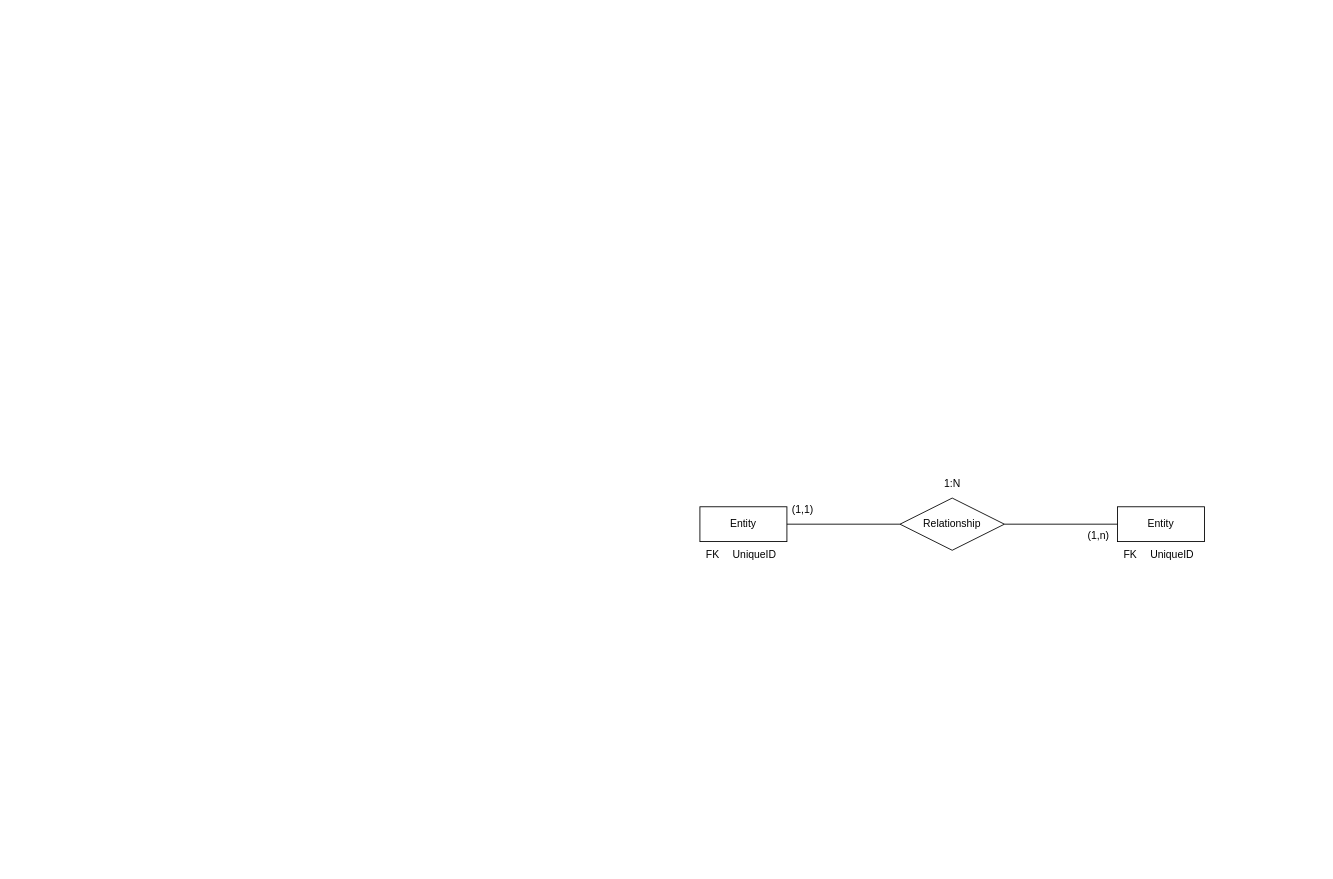
Above: Diagrama sin título.drawio in DanielGZamora/testing (draw.io), before the change. Source tidied: cells renumbered, new cells numbered last; positions are measured from the earlier drawing's top-left corner, leaving out a move shared by most shapes. Both pictures are drawn from the tidied source at 87%, with x=0, y=0 at pixel (699, 472).
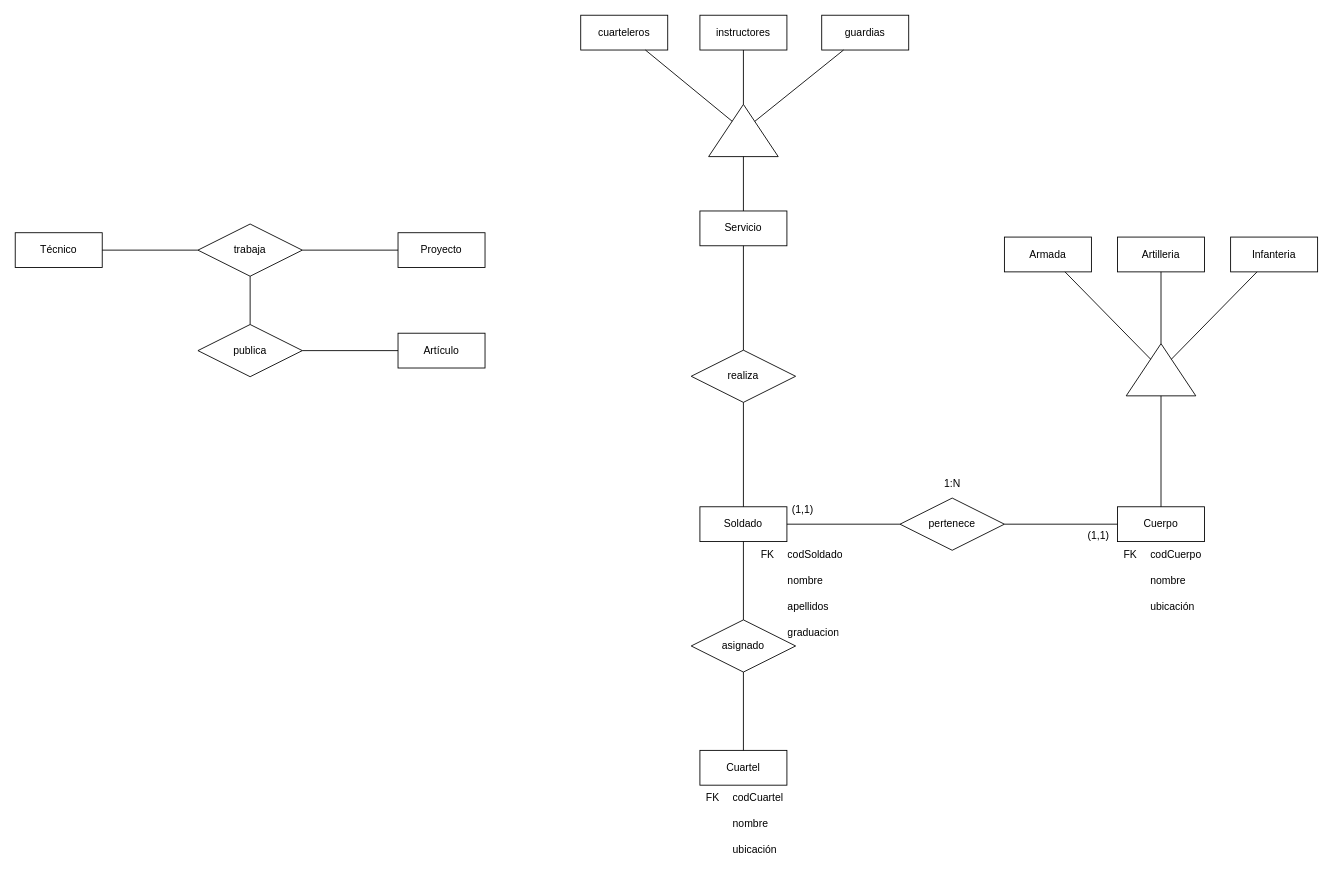
The same page after the edit.

Diff of the diagram source:
```diff
@@
-    <mxCell id="2" value="Entity" style="whiteSpace=wrap;html=1;align=center;" parent="1" vertex="1">
+    <mxCell id="2" value="Soldado" style="whiteSpace=wrap;html=1;align=center;" parent="1" vertex="1">
       <mxGeometry y="40" width="100" height="40" as="geometry" />
     </mxCell>
-    <mxCell id="3" value="Entity" style="whiteSpace=wrap;html=1;align=center;" parent="1" vertex="1">
+    <mxCell id="3" value="Cuerpo" style="whiteSpace=wrap;html=1;align=center;" parent="1" vertex="1">
       <mxGeometry x="480" y="40" width="100" height="40" as="geometry" />
     </mxCell>
-    <mxCell id="4" value="Relationship" style="shape=rhombus;perimeter=rhombusPerimeter;whiteSpace=wrap;html=1;align=center;" parent="1" vertex="1">
+    <mxCell id="4" value="pertenece" style="shape=rhombus;perimeter=rhombusPerimeter;whiteSpace=wrap;html=1;align=center;" parent="1" vertex="1">
       <mxGeometry x="230" y="30" width="120" height="60" as="geometry" />
     </mxCell>
@@
     <mxCell id="7" style="shape=table;startSize=0;childLayout=tableLayout;rowLines=0;fontStyle=0;align=center;strokeColor=none;fillColor=none;" parent="1" vertex="1">
-      <mxGeometry y="80" width="180" height="30" as="geometry" />
+      <mxGeometry x="63" y="80" width="114" height="120" as="geometry" />
     </mxCell>
     <mxCell id="8" style="shape=tableRow;horizontal=0;startSize=0;swimlaneHead=0;swimlaneBody=0;fillColor=none;top=0;left=0;right=0;bottom=0;" parent="7" vertex="1">
-      <mxGeometry width="180" height="30" as="geometry" />
+      <mxGeometry width="114" height="30" as="geometry" />
     </mxCell>
@@
-    <mxCell id="10" value="UniqueID" style="shape=partialRectangle;fillColor=none;top=0;left=0;bottom=0;right=0;align=left;spacingLeft=6;fontStyle=0;overflow=hidden;whiteSpace=wrap;html=1;" parent="8" vertex="1">
-      <mxGeometry x="30" width="150" height="30" as="geometry" />
+    <mxCell id="10" value="codSoldado" style="shape=partialRectangle;fillColor=none;top=0;left=0;bottom=0;right=0;align=left;spacingLeft=6;fontStyle=0;overflow=hidden;whiteSpace=wrap;html=1;" parent="8" vertex="1">
+      <mxGeometry x="30" width="84" height="30" as="geometry" />
     </mxCell>
-    <mxCell id="11" style="shape=table;startSize=0;childLayout=tableLayout;rowLines=0;fontStyle=0;align=center;strokeColor=none;fillColor=none;" parent="1" vertex="1">
-      <mxGeometry x="480" y="80" width="180" height="30" as="geometry" />
-    </mxCell>
-    <mxCell id="12" style="shape=tableRow;horizontal=0;startSize=0;swimlaneHead=0;swimlaneBody=0;fillColor=none;top=0;left=0;right=0;bottom=0;" parent="11" vertex="1">
-      <mxGeometry width="180" height="30" as="geometry" />
-    </mxCell>
-    <mxCell id="13" value="FK" style="shape=partialRectangle;fillColor=none;top=0;left=0;bottom=0;right=0;fontStyle=0;overflow=hidden;whiteSpace=wrap;html=1;" parent="12" vertex="1">
-      <mxGeometry width="30" height="30" as="geometry" />
-    </mxCell>
-    <mxCell id="14" value="UniqueID" style="shape=partialRectangle;fillColor=none;top=0;left=0;bottom=0;right=0;align=left;spacingLeft=6;fontStyle=0;overflow=hidden;whiteSpace=wrap;html=1;" parent="12" vertex="1">
-      <mxGeometry x="30" width="150" height="30" as="geometry" />
-    </mxCell>
+    <mxCell id="18" style="shape=tableRow;horizontal=0;startSize=0;swimlaneHead=0;swimlaneBody=0;fillColor=none;top=0;left=0;right=0;bottom=0;" parent="7" vertex="1">
+      <mxGeometry y="30" width="114" height="30" as="geometry" />
+    </mxCell>
+    <mxCell id="19" style="shape=partialRectangle;fillColor=none;top=0;left=0;bottom=0;right=0;fontStyle=0;overflow=hidden;whiteSpace=wrap;html=1;" parent="18" vertex="1">
+      <mxGeometry width="30" height="30" as="geometry" />
+    </mxCell>
+    <mxCell id="20" value="nombre" style="shape=partialRectangle;fillColor=none;top=0;left=0;bottom=0;right=0;align=left;spacingLeft=6;fontStyle=0;overflow=hidden;whiteSpace=wrap;html=1;" parent="18" vertex="1">
+      <mxGeometry x="30" width="84" height="30" as="geometry" />
+    </mxCell>
+    <mxCell id="21" style="shape=tableRow;horizontal=0;startSize=0;swimlaneHead=0;swimlaneBody=0;fillColor=none;top=0;left=0;right=0;bottom=0;" parent="7" vertex="1">
+      <mxGeometry y="60" width="114" height="30" as="geometry" />
+    </mxCell>
+    <mxCell id="22" style="shape=partialRectangle;fillColor=none;top=0;left=0;bottom=0;right=0;fontStyle=0;overflow=hidden;whiteSpace=wrap;html=1;" parent="21" vertex="1">
+      <mxGeometry width="30" height="30" as="geometry" />
+    </mxCell>
+    <mxCell id="23" value="apellidos" style="shape=partialRectangle;fillColor=none;top=0;left=0;bottom=0;right=0;align=left;spacingLeft=6;fontStyle=0;overflow=hidden;whiteSpace=wrap;html=1;" parent="21" vertex="1">
+      <mxGeometry x="30" width="84" height="30" as="geometry" />
+    </mxCell>
+    <mxCell id="24" style="shape=tableRow;horizontal=0;startSize=0;swimlaneHead=0;swimlaneBody=0;fillColor=none;top=0;left=0;right=0;bottom=0;" parent="7" vertex="1">
+      <mxGeometry y="90" width="114" height="30" as="geometry" />
+    </mxCell>
+    <mxCell id="25" style="shape=partialRectangle;fillColor=none;top=0;left=0;bottom=0;right=0;fontStyle=0;overflow=hidden;whiteSpace=wrap;html=1;" parent="24" vertex="1">
+      <mxGeometry width="30" height="30" as="geometry" />
+    </mxCell>
+    <mxCell id="26" value="graduacion" style="shape=partialRectangle;fillColor=none;top=0;left=0;bottom=0;right=0;align=left;spacingLeft=6;fontStyle=0;overflow=hidden;whiteSpace=wrap;html=1;" parent="24" vertex="1">
+      <mxGeometry x="30" width="84" height="30" as="geometry" />
+    </mxCell>
@@
-    <mxCell id="16" value="(1,n)" style="text;strokeColor=none;fillColor=none;spacingLeft=4;spacingRight=4;overflow=hidden;fontSize=12;whiteSpace=wrap;html=1;" parent="1" vertex="1">
+    <mxCell id="16" value="(1,1)" style="text;strokeColor=none;fillColor=none;spacingLeft=4;spacingRight=4;overflow=hidden;fontSize=12;whiteSpace=wrap;html=1;" parent="1" vertex="1">
       <mxGeometry x="440" y="60" width="40" height="30" as="geometry" />
     </mxCell>
@@
+    <mxCell id="27" value="Cuartel" style="whiteSpace=wrap;html=1;align=center;" parent="1" vertex="1">
+      <mxGeometry y="320" width="100" height="40" as="geometry" />
+    </mxCell>
+    <mxCell id="28" style="shape=table;startSize=0;childLayout=tableLayout;rowLines=0;fontStyle=0;align=center;strokeColor=none;fillColor=none;" parent="1" vertex="1">
+      <mxGeometry y="360" width="180" height="90" as="geometry" />
+    </mxCell>
+    <mxCell id="29" style="shape=tableRow;horizontal=0;startSize=0;swimlaneHead=0;swimlaneBody=0;fillColor=none;top=0;left=0;right=0;bottom=0;" parent="28" vertex="1">
+      <mxGeometry width="180" height="30" as="geometry" />
+    </mxCell>
+    <mxCell id="30" value="FK" style="shape=partialRectangle;fillColor=none;top=0;left=0;bottom=0;right=0;fontStyle=0;overflow=hidden;whiteSpace=wrap;html=1;" parent="29" vertex="1">
+      <mxGeometry width="30" height="30" as="geometry" />
+    </mxCell>
+    <mxCell id="31" value="codCuartel" style="shape=partialRectangle;fillColor=none;top=0;left=0;bottom=0;right=0;align=left;spacingLeft=6;fontStyle=0;overflow=hidden;whiteSpace=wrap;html=1;" parent="29" vertex="1">
+      <mxGeometry x="30" width="150" height="30" as="geometry" />
+    </mxCell>
+    <mxCell id="32" style="shape=tableRow;horizontal=0;startSize=0;swimlaneHead=0;swimlaneBody=0;fillColor=none;top=0;left=0;right=0;bottom=0;" parent="28" vertex="1">
+      <mxGeometry y="30" width="180" height="30" as="geometry" />
+    </mxCell>
+    <mxCell id="33" style="shape=partialRectangle;fillColor=none;top=0;left=0;bottom=0;right=0;fontStyle=0;overflow=hidden;whiteSpace=wrap;html=1;" parent="32" vertex="1">
+      <mxGeometry width="30" height="30" as="geometry" />
+    </mxCell>
+    <mxCell id="34" value="nombre" style="shape=partialRectangle;fillColor=none;top=0;left=0;bottom=0;right=0;align=left;spacingLeft=6;fontStyle=0;overflow=hidden;whiteSpace=wrap;html=1;" parent="32" vertex="1">
+      <mxGeometry x="30" width="150" height="30" as="geometry" />
+    </mxCell>
+    <mxCell id="35" style="shape=tableRow;horizontal=0;startSize=0;swimlaneHead=0;swimlaneBody=0;fillColor=none;top=0;left=0;right=0;bottom=0;" parent="28" vertex="1">
+      <mxGeometry y="60" width="180" height="30" as="geometry" />
+    </mxCell>
+    <mxCell id="36" style="shape=partialRectangle;fillColor=none;top=0;left=0;bottom=0;right=0;fontStyle=0;overflow=hidden;whiteSpace=wrap;html=1;" parent="35" vertex="1">
+      <mxGeometry width="30" height="30" as="geometry" />
+    </mxCell>
+    <mxCell id="37" value="ubicación" style="shape=partialRectangle;fillColor=none;top=0;left=0;bottom=0;right=0;align=left;spacingLeft=6;fontStyle=0;overflow=hidden;whiteSpace=wrap;html=1;" parent="35" vertex="1">
+      <mxGeometry x="30" width="150" height="30" as="geometry" />
+    </mxCell>
+    <mxCell id="38" style="shape=table;startSize=0;childLayout=tableLayout;rowLines=0;fontStyle=0;align=center;strokeColor=none;fillColor=none;" parent="1" vertex="1">
+      <mxGeometry x="480" y="80" width="180" height="90" as="geometry" />
+    </mxCell>
+    <mxCell id="39" style="shape=tableRow;horizontal=0;startSize=0;swimlaneHead=0;swimlaneBody=0;fillColor=none;top=0;left=0;right=0;bottom=0;" parent="38" vertex="1">
+      <mxGeometry width="180" height="30" as="geometry" />
+    </mxCell>
+    <mxCell id="40" value="FK" style="shape=partialRectangle;fillColor=none;top=0;left=0;bottom=0;right=0;fontStyle=0;overflow=hidden;whiteSpace=wrap;html=1;" parent="39" vertex="1">
+      <mxGeometry width="30" height="30" as="geometry" />
+    </mxCell>
+    <mxCell id="41" value="codCuerpo" style="shape=partialRectangle;fillColor=none;top=0;left=0;bottom=0;right=0;align=left;spacingLeft=6;fontStyle=0;overflow=hidden;whiteSpace=wrap;html=1;" parent="39" vertex="1">
+      <mxGeometry x="30" width="150" height="30" as="geometry" />
+    </mxCell>
+    <mxCell id="42" style="shape=tableRow;horizontal=0;startSize=0;swimlaneHead=0;swimlaneBody=0;fillColor=none;top=0;left=0;right=0;bottom=0;" parent="38" vertex="1">
+      <mxGeometry y="30" width="180" height="30" as="geometry" />
+    </mxCell>
+    <mxCell id="43" style="shape=partialRectangle;fillColor=none;top=0;left=0;bottom=0;right=0;fontStyle=0;overflow=hidden;whiteSpace=wrap;html=1;" parent="42" vertex="1">
+      <mxGeometry width="30" height="30" as="geometry" />
+    </mxCell>
+    <mxCell id="44" value="nombre" style="shape=partialRectangle;fillColor=none;top=0;left=0;bottom=0;right=0;align=left;spacingLeft=6;fontStyle=0;overflow=hidden;whiteSpace=wrap;html=1;" parent="42" vertex="1">
+      <mxGeometry x="30" width="150" height="30" as="geometry" />
+    </mxCell>
+    <mxCell id="45" style="shape=tableRow;horizontal=0;startSize=0;swimlaneHead=0;swimlaneBody=0;fillColor=none;top=0;left=0;right=0;bottom=0;" parent="38" vertex="1">
+      <mxGeometry y="60" width="180" height="30" as="geometry" />
+    </mxCell>
+    <mxCell id="46" style="shape=partialRectangle;fillColor=none;top=0;left=0;bottom=0;right=0;fontStyle=0;overflow=hidden;whiteSpace=wrap;html=1;" parent="45" vertex="1">
+      <mxGeometry width="30" height="30" as="geometry" />
+    </mxCell>
+    <mxCell id="47" value="ubicación" style="shape=partialRectangle;fillColor=none;top=0;left=0;bottom=0;right=0;align=left;spacingLeft=6;fontStyle=0;overflow=hidden;whiteSpace=wrap;html=1;" parent="45" vertex="1">
+      <mxGeometry x="30" width="150" height="30" as="geometry" />
+    </mxCell>
+    <mxCell id="48" style="triangle;whiteSpace=wrap;html=1;rotation=-90;" parent="1" vertex="1">
+      <mxGeometry x="500" y="-157.5" width="60" height="80" as="geometry" />
+    </mxCell>
+    <mxCell id="49" value="Armada" style="whiteSpace=wrap;html=1;align=center;" parent="1" vertex="1">
+      <mxGeometry x="350" y="-270" width="100" height="40" as="geometry" />
+    </mxCell>
+    <mxCell id="50" value="Infanteria" style="whiteSpace=wrap;html=1;align=center;" parent="1" vertex="1">
+      <mxGeometry x="610" y="-270" width="100" height="40" as="geometry" />
+    </mxCell>
+    <mxCell id="51" value="Artilleria" style="whiteSpace=wrap;html=1;align=center;" parent="1" vertex="1">
+      <mxGeometry x="480" y="-270" width="100" height="40" as="geometry" />
+    </mxCell>
+    <mxCell id="52" style="endArrow=none;html=1;rounded=0;" parent="1" edge="1" source="48" target="50">
+      <mxGeometry relative="1" as="geometry" />
+    </mxCell>
+    <mxCell id="53" style="endArrow=none;html=1;rounded=0;" parent="1" edge="1" source="48" target="51">
+      <mxGeometry relative="1" as="geometry" />
+    </mxCell>
+    <mxCell id="54" style="endArrow=none;html=1;rounded=0;" parent="1" edge="1" source="48" target="49">
+      <mxGeometry relative="1" as="geometry" />
+    </mxCell>
+    <mxCell id="55" style="endArrow=none;html=1;rounded=0;" parent="1" edge="1" source="3" target="48">
+      <mxGeometry relative="1" as="geometry" />
+    </mxCell>
+    <mxCell id="56" value="asignado" style="shape=rhombus;perimeter=rhombusPerimeter;whiteSpace=wrap;html=1;align=center;" parent="1" vertex="1">
+      <mxGeometry x="-10" y="170" width="120" height="60" as="geometry" />
+    </mxCell>
+    <mxCell id="57" style="endArrow=none;html=1;rounded=0;" parent="1" edge="1" source="2" target="56">
+      <mxGeometry relative="1" as="geometry" />
+    </mxCell>
+    <mxCell id="58" style="endArrow=none;html=1;rounded=0;" parent="1" edge="1" source="56" target="27">
+      <mxGeometry relative="1" as="geometry" />
+    </mxCell>
+    <mxCell id="59" value="realiza" style="shape=rhombus;perimeter=rhombusPerimeter;whiteSpace=wrap;html=1;align=center;" parent="1" vertex="1">
+      <mxGeometry x="-10" y="-140" width="120" height="60" as="geometry" />
+    </mxCell>
+    <mxCell id="60" value="Servicio" style="whiteSpace=wrap;html=1;align=center;" parent="1" vertex="1">
+      <mxGeometry y="-300" width="100" height="40" as="geometry" />
+    </mxCell>
+    <mxCell id="61" style="endArrow=none;html=1;rounded=0;" parent="1" edge="1" source="59" target="2">
+      <mxGeometry relative="1" as="geometry" />
+    </mxCell>
+    <mxCell id="62" style="endArrow=none;html=1;rounded=0;" parent="1" edge="1" source="60" target="59">
+      <mxGeometry relative="1" as="geometry" />
+    </mxCell>
+    <mxCell id="63" style="triangle;whiteSpace=wrap;html=1;rotation=-90;" parent="1" vertex="1">
+      <mxGeometry x="20" y="-432.5" width="60" height="80" as="geometry" />
+    </mxCell>
+    <mxCell id="64" style="endArrow=none;html=1;rounded=0;" parent="1" edge="1" source="60" target="63">
+      <mxGeometry relative="1" as="geometry" />
+    </mxCell>
+    <mxCell id="65" value="cuarteleros" style="whiteSpace=wrap;html=1;align=center;" parent="1" vertex="1">
+      <mxGeometry x="-137" y="-525" width="100" height="40" as="geometry" />
+    </mxCell>
+    <mxCell id="66" value="guardias" style="whiteSpace=wrap;html=1;align=center;" parent="1" vertex="1">
+      <mxGeometry x="140" y="-525" width="100" height="40" as="geometry" />
+    </mxCell>
+    <mxCell id="67" value="instructores" style="whiteSpace=wrap;html=1;align=center;" parent="1" vertex="1">
+      <mxGeometry y="-525" width="100" height="40" as="geometry" />
+    </mxCell>
+    <mxCell id="68" style="endArrow=none;html=1;rounded=0;" parent="1" edge="1" source="65" target="63">
+      <mxGeometry relative="1" as="geometry" />
+    </mxCell>
+    <mxCell id="69" style="endArrow=none;html=1;rounded=0;" parent="1" edge="1" source="67" target="63">
+      <mxGeometry relative="1" as="geometry" />
+    </mxCell>
+    <mxCell id="70" style="endArrow=none;html=1;rounded=0;" parent="1" edge="1" source="66" target="63">
+      <mxGeometry relative="1" as="geometry" />
+    </mxCell>
+    <mxCell id="71" value="Técnico" style="whiteSpace=wrap;html=1;align=center;" parent="1" vertex="1">
+      <mxGeometry x="-787" y="-275" width="100" height="40" as="geometry" />
+    </mxCell>
+    <mxCell id="72" value="Proyecto" style="whiteSpace=wrap;html=1;align=center;" parent="1" vertex="1">
+      <mxGeometry x="-347" y="-275" width="100" height="40" as="geometry" />
+    </mxCell>
+    <mxCell id="73" value="Artículo" style="whiteSpace=wrap;html=1;align=center;" parent="1" vertex="1">
+      <mxGeometry x="-347" y="-159.5" width="100" height="40" as="geometry" />
+    </mxCell>
+    <mxCell id="74" value="trabaja" style="shape=rhombus;perimeter=rhombusPerimeter;whiteSpace=wrap;html=1;align=center;" parent="1" vertex="1">
+      <mxGeometry x="-577" y="-285" width="120" height="60" as="geometry" />
+    </mxCell>
+    <mxCell id="75" style="endArrow=none;html=1;rounded=0;" parent="1" edge="1" source="71" target="74">
+      <mxGeometry relative="1" as="geometry" />
+    </mxCell>
+    <mxCell id="76" style="endArrow=none;html=1;rounded=0;" parent="1" edge="1" source="74" target="78">
+      <mxGeometry relative="1" as="geometry" />
+    </mxCell>
+    <mxCell id="77" style="endArrow=none;html=1;rounded=0;" parent="1" edge="1" source="74" target="72">
+      <mxGeometry relative="1" as="geometry" />
+    </mxCell>
+    <mxCell id="78" value="publica" style="shape=rhombus;perimeter=rhombusPerimeter;whiteSpace=wrap;html=1;align=center;" parent="1" vertex="1">
+      <mxGeometry x="-577" y="-169.5" width="120" height="60" as="geometry" />
+    </mxCell>
+    <mxCell id="79" style="endArrow=none;html=1;rounded=0;" parent="1" edge="1" source="73" target="78">
+      <mxGeometry relative="1" as="geometry" />
+    </mxCell>
```
